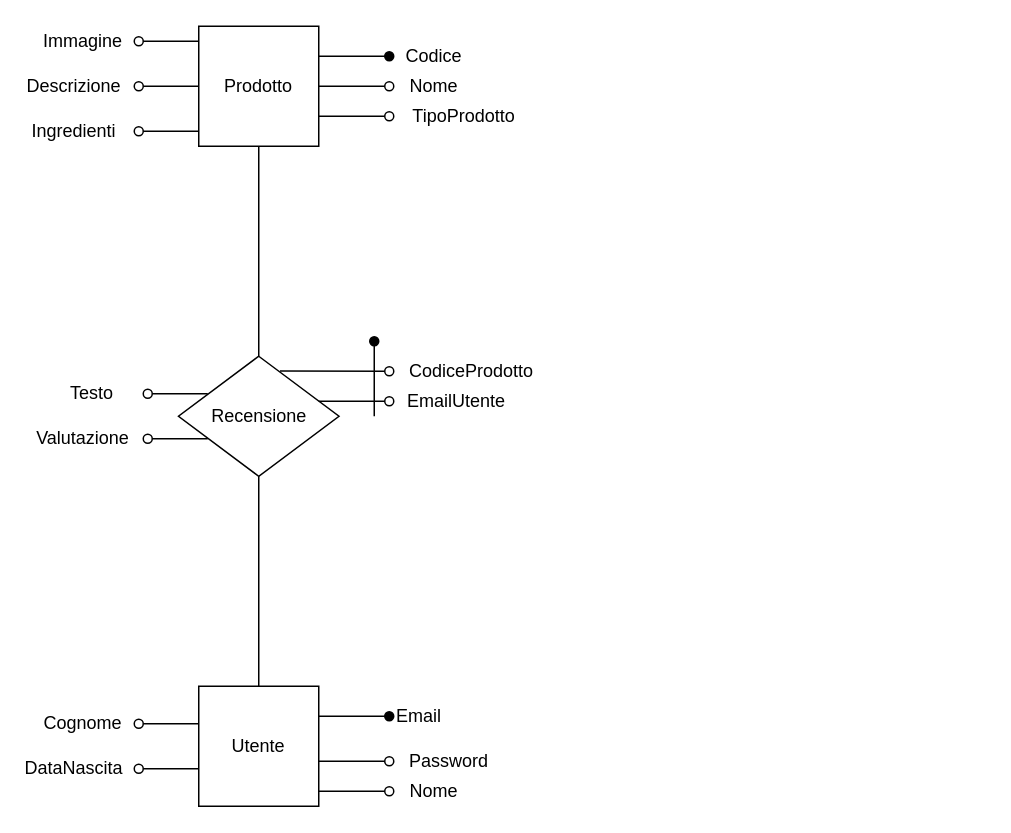
marcoDallas/TECWEB1920 keeps this draw.io diagram as website/database/SchemaConcettuale.drawio. Above is the earlier version. Source tidied: cells renumbered, new cells numbered last; positions are measured from the earlier drawing's top-left corner, leaving out a move shared by most shapes. Both pictures are drawn from the tidied source at 150%, with x=0, y=0 at pixel (44, 26).
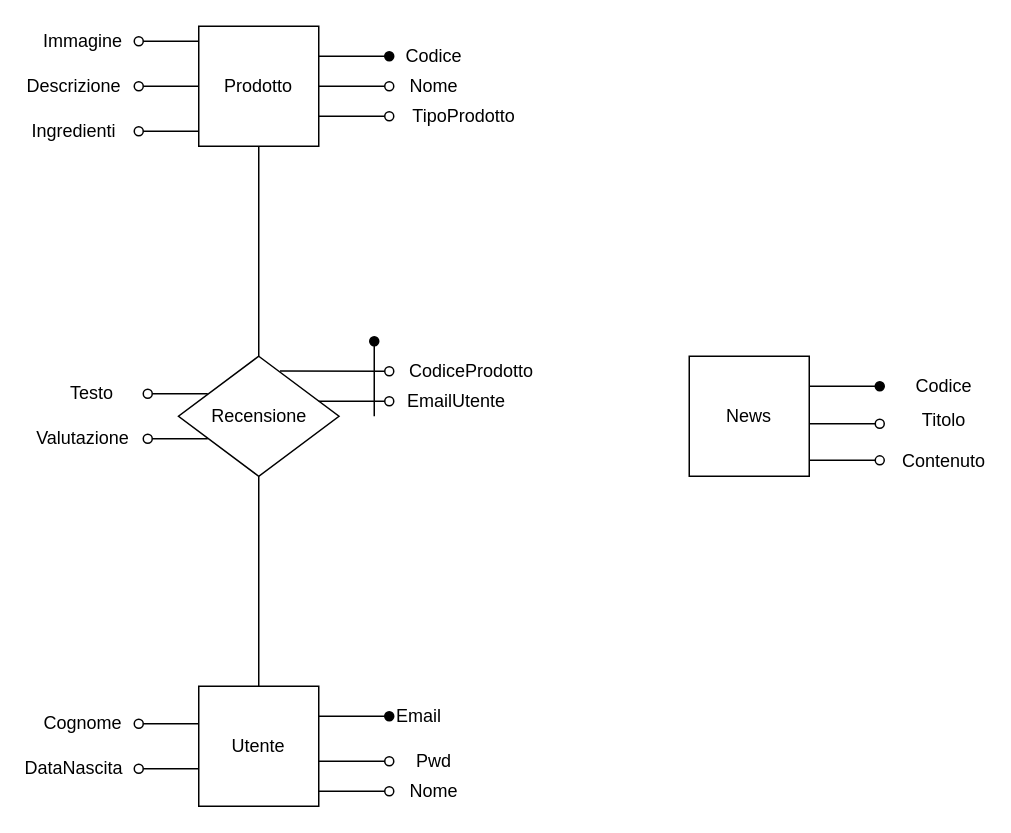
The same page after the edit.

What changed in the source:
```diff
@@
-    <mxCell id="16" value="Password" style="text;html=1;strokeColor=none;fillColor=none;align=center;verticalAlign=middle;whiteSpace=wrap;rounded=0;" parent="1" vertex="1">
-      <mxGeometry x="250" y="480" width="40" height="20" as="geometry" />
+    <mxCell id="16" value="Pwd" style="text;html=1;strokeColor=none;fillColor=none;align=center;verticalAlign=middle;whiteSpace=wrap;rounded=0;" parent="1" vertex="1">
+      <mxGeometry x="240" y="480" width="40" height="20" as="geometry" />
     </mxCell>
@@
+    <mxCell id="38" value="News" style="whiteSpace=wrap;html=1;" parent="1" vertex="1">
+      <mxGeometry x="430" y="220" width="80" height="80" as="geometry" />
+    </mxCell>
+    <mxCell id="39" style="endArrow=oval;html=1;exitX=1;exitY=0.25;exitDx=0;exitDy=0;endFill=1;" parent="1" edge="1">
+      <mxGeometry relative="1" as="geometry">
+        <mxPoint x="510" y="240" as="sourcePoint" />
+        <mxPoint x="557" y="240" as="targetPoint" />
+      </mxGeometry>
+    </mxCell>
+    <mxCell id="40" style="endArrow=oval;html=1;exitX=1;exitY=0.5;exitDx=0;exitDy=0;endFill=0;" parent="1" edge="1">
+      <mxGeometry relative="1" as="geometry">
+        <mxPoint x="510" y="265" as="sourcePoint" />
+        <mxPoint x="557" y="265" as="targetPoint" />
+      </mxGeometry>
+    </mxCell>
+    <mxCell id="41" style="endArrow=oval;html=1;exitX=1;exitY=0.5;exitDx=0;exitDy=0;endFill=0;" parent="1" edge="1">
+      <mxGeometry relative="1" as="geometry">
+        <mxPoint x="510" y="289.4" as="sourcePoint" />
+        <mxPoint x="557" y="289.4" as="targetPoint" />
+      </mxGeometry>
+    </mxCell>
+    <mxCell id="42" value="Codice" style="text;html=1;strokeColor=none;fillColor=none;align=center;verticalAlign=middle;whiteSpace=wrap;rounded=0;" parent="1" vertex="1">
+      <mxGeometry x="580" y="230" width="40" height="20" as="geometry" />
+    </mxCell>
+    <mxCell id="43" value="Titolo" style="text;html=1;strokeColor=none;fillColor=none;align=center;verticalAlign=middle;whiteSpace=wrap;rounded=0;" parent="1" vertex="1">
+      <mxGeometry x="580" y="253.4" width="40" height="20" as="geometry" />
+    </mxCell>
+    <mxCell id="44" value="Contenuto" style="text;html=1;strokeColor=none;fillColor=none;align=center;verticalAlign=middle;whiteSpace=wrap;rounded=0;" parent="1" vertex="1">
+      <mxGeometry x="580" y="280" width="40" height="20" as="geometry" />
+    </mxCell>
```
